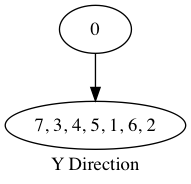
Above: cmake-build-release/tmp_1.png in KIKI007/FrameInterlock (Graphviz), before the change. Its source is kept beside it as cmake-build-release/tmp_1.dot. Source of this version:
```dot
digraph {
label="Y Direction"0 -> "7, 3, 4, 5, 1, 6, 2"
}
```
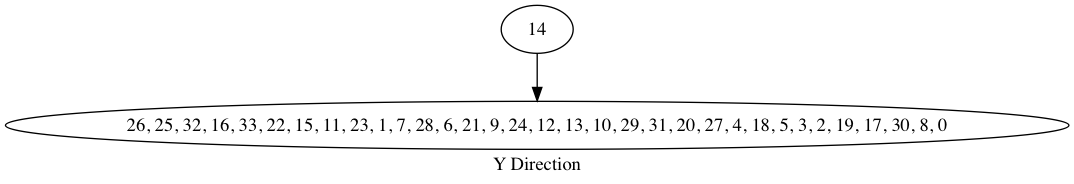
After the change.

What changed in the source:
```diff
@@ -1,3 +1,3 @@
 digraph {
-label="Y Direction"0 -> "7, 3, 4, 5, 1, 6, 2"
+label="Y Direction"14 -> "26, 25, 32, 16, 33, 22, 15, 11, 23, 1, 7, 28, 6, 21, 9, 24, 12, 13, 10, 29, 31, 20, 27, 4, 18, 5, 3, 2, 19, 17, 30, 8, 0"
 }
```
